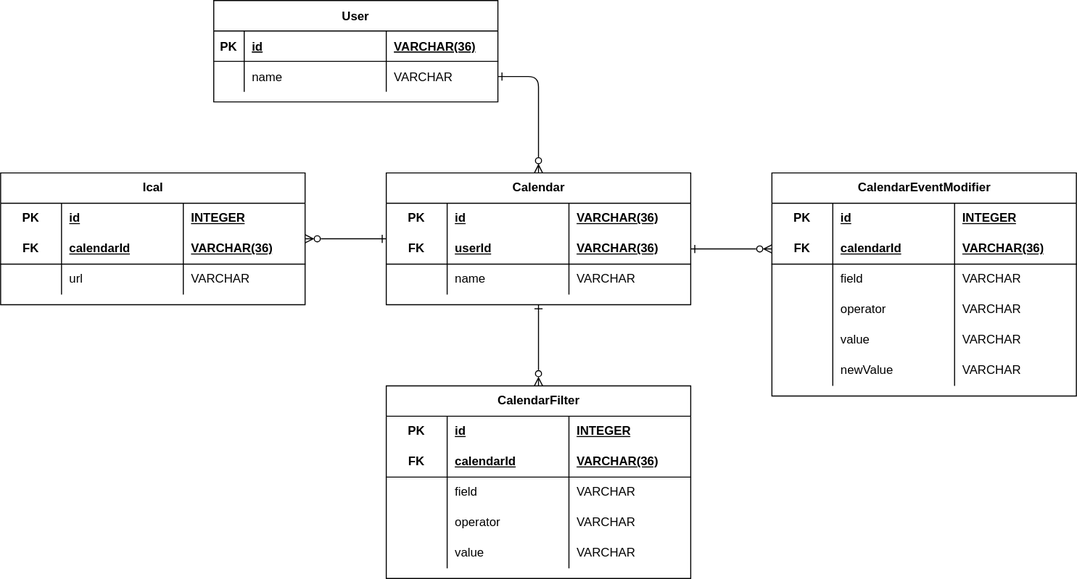
The draw.io diagram erd.drawio.svg in KaanMol/EventFlow-Server, before a commit. Source tidied: cells renumbered, new cells last; positions are measured from the earlier drawing's top-left corner, leaving out a move shared by most shapes.
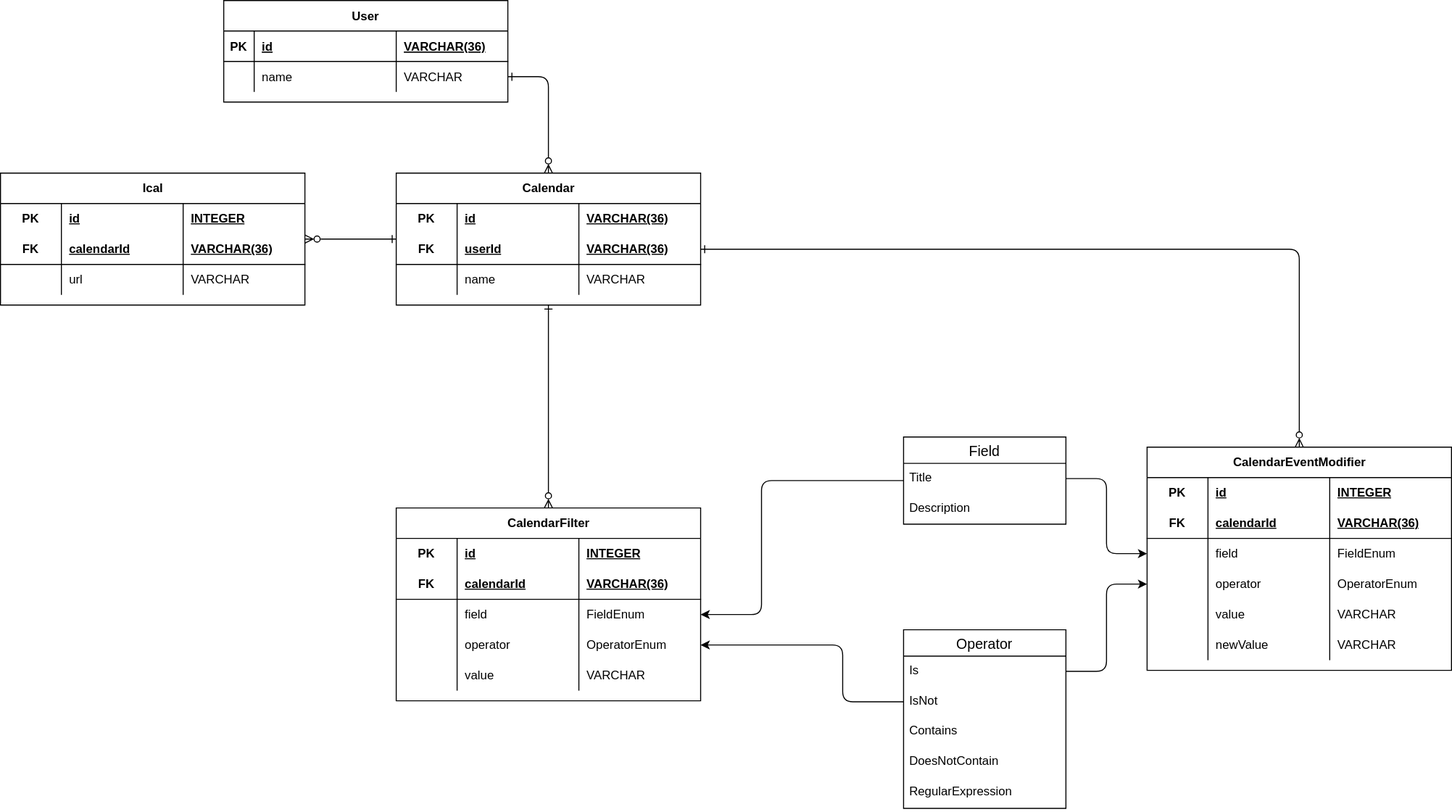
The same file after the commit.

Change to the diagram source:
```diff
@@ -5,12 +5,12 @@
     <mxCell id="2" style="edgeStyle=none;html=1;exitX=1;exitY=0.5;exitDx=0;exitDy=0;entryX=0.5;entryY=0;entryDx=0;entryDy=0;endArrow=ERzeroToMany;endFill=0;startArrow=ERone;startFill=0;" parent="1" edge="1" source="8" target="15">
       <mxGeometry relative="1" as="geometry">
         <Array as="points">
-          <mxPoint x="530" y="75" />
+          <mxPoint x="540" y="75" />
         </Array>
       </mxGeometry>
     </mxCell>
     <mxCell id="3" value="User" style="shape=table;startSize=30;rowLines=0;fontStyle=1;align=center;" parent="1" vertex="1">
-      <mxGeometry x="210" width="280" height="100" as="geometry" />
+      <mxGeometry x="220" width="280" height="100" as="geometry" />
     </mxCell>
     <mxCell id="4" style="shape=partialRectangle;fillColor=none;top=0;left=0;bottom=1;right=0;" parent="3" vertex="1">
       <mxGeometry y="30" width="280" height="30" as="geometry" />
@@ -42,11 +42,15 @@
     <mxCell id="13" style="html=1;startArrow=ERone;startFill=0;endArrow=ERzeroToMany;endFill=0;exitX=0.5;exitY=1;exitDx=0;exitDy=0;entryX=0.5;entryY=0;entryDx=0;entryDy=0;" parent="1" edge="1" source="15" target="41">
       <mxGeometry relative="1" as="geometry" />
     </mxCell>
-    <mxCell id="14" style="edgeStyle=none;html=1;startArrow=ERone;startFill=0;endArrow=ERzeroToMany;endFill=0;exitX=1;exitY=0.5;exitDx=0;exitDy=0;entryX=0;entryY=0.5;entryDx=0;entryDy=0;" parent="1" edge="1" source="20" target="67">
-      <mxGeometry relative="1" as="geometry" />
+    <mxCell id="14" style="edgeStyle=none;html=1;startArrow=ERone;startFill=0;endArrow=ERzeroToMany;endFill=0;exitX=1;exitY=0.5;exitDx=0;exitDy=0;entryX=0.5;entryY=0;entryDx=0;entryDy=0;" parent="1" edge="1" source="20" target="62">
+      <mxGeometry relative="1" as="geometry">
+        <Array as="points">
+          <mxPoint x="1280" y="245" />
+        </Array>
+      </mxGeometry>
     </mxCell>
     <mxCell id="15" value="Calendar" style="shape=table;startSize=30;rowLines=0;fontStyle=1;align=center;strokeColor=default;html=1;" parent="1" vertex="1">
-      <mxGeometry x="380" y="170" width="300" height="130" as="geometry" />
+      <mxGeometry x="390" y="170" width="300" height="130" as="geometry" />
     </mxCell>
     <mxCell id="16" style="shape=partialRectangle;fillColor=none;top=0;left=0;bottom=0;right=0;strokeColor=default;html=1;" parent="15" vertex="1">
       <mxGeometry y="30" width="300" height="30" as="geometry" />
@@ -124,7 +128,7 @@
       <mxGeometry x="180" width="120" height="30" as="geometry" />
     </mxCell>
     <mxCell id="41" value="CalendarFilter" style="shape=table;startSize=30;rowLines=0;fontStyle=1;align=center;strokeColor=default;html=1;" parent="1" vertex="1">
-      <mxGeometry x="380" y="380" width="300" height="190" as="geometry" />
+      <mxGeometry x="390" y="500" width="300" height="190" as="geometry" />
     </mxCell>
     <mxCell id="42" style="shape=partialRectangle;fillColor=none;top=0;left=0;bottom=0;right=0;strokeColor=default;html=1;" parent="41" vertex="1">
       <mxGeometry y="30" width="300" height="30" as="geometry" />
@@ -159,7 +163,7 @@
     <mxCell id="52" value="field" style="shape=partialRectangle;fillColor=none;top=0;left=0;bottom=0;right=0;align=left;spacingLeft=6;overflow=hidden;strokeColor=default;html=1;" parent="50" vertex="1">
       <mxGeometry x="60" width="120" height="30" as="geometry" />
     </mxCell>
-    <mxCell id="53" value="VARCHAR" style="shape=partialRectangle;fillColor=none;top=0;left=0;bottom=0;right=0;align=left;spacingLeft=6;overflow=hidden;strokeColor=default;html=1;" parent="50" vertex="1">
+    <mxCell id="53" value="FieldEnum" style="shape=partialRectangle;fillColor=none;top=0;left=0;bottom=0;right=0;align=left;spacingLeft=6;overflow=hidden;strokeColor=default;html=1;" parent="50" vertex="1">
       <mxGeometry x="180" width="120" height="30" as="geometry" />
     </mxCell>
     <mxCell id="54" style="shape=partialRectangle;fillColor=none;top=0;left=0;bottom=0;right=0;points=[[0,0.5],[1,0.5]];portConstraint=eastwest;strokeColor=default;html=1;" parent="41" vertex="1">
@@ -171,7 +175,7 @@
     <mxCell id="56" value="operator" style="shape=partialRectangle;fillColor=none;top=0;left=0;bottom=0;right=0;align=left;spacingLeft=6;overflow=hidden;strokeColor=default;html=1;" parent="54" vertex="1">
       <mxGeometry x="60" width="120" height="30" as="geometry" />
     </mxCell>
-    <mxCell id="57" value="VARCHAR" style="shape=partialRectangle;fillColor=none;top=0;left=0;bottom=0;right=0;align=left;spacingLeft=6;overflow=hidden;strokeColor=default;html=1;" parent="54" vertex="1">
+    <mxCell id="57" value="OperatorEnum" style="shape=partialRectangle;fillColor=none;top=0;left=0;bottom=0;right=0;align=left;spacingLeft=6;overflow=hidden;strokeColor=default;html=1;" parent="54" vertex="1">
       <mxGeometry x="180" width="120" height="30" as="geometry" />
     </mxCell>
     <mxCell id="58" style="shape=partialRectangle;fillColor=none;top=0;left=0;bottom=0;right=0;strokeColor=default;html=1;" parent="41" vertex="1">
@@ -187,7 +191,7 @@
       <mxGeometry x="180" width="120" height="30" as="geometry" />
     </mxCell>
     <mxCell id="62" value="CalendarEventModifier" style="shape=table;startSize=30;rowLines=0;fontStyle=1;align=center;strokeColor=default;html=1;" parent="1" vertex="1">
-      <mxGeometry x="760" y="170" width="300" height="220" as="geometry" />
+      <mxGeometry x="1130" y="440" width="300" height="220" as="geometry" />
     </mxCell>
     <mxCell id="63" style="shape=partialRectangle;fillColor=none;top=0;left=0;bottom=0;right=0;strokeColor=default;html=1;" parent="62" vertex="1">
       <mxGeometry y="30" width="300" height="30" as="geometry" />
@@ -222,7 +226,7 @@
     <mxCell id="73" value="field" style="shape=partialRectangle;fillColor=none;top=0;left=0;bottom=0;right=0;align=left;spacingLeft=6;overflow=hidden;strokeColor=default;html=1;" parent="71" vertex="1">
       <mxGeometry x="60" width="120" height="30" as="geometry" />
     </mxCell>
-    <mxCell id="74" value="VARCHAR" style="shape=partialRectangle;fillColor=none;top=0;left=0;bottom=0;right=0;align=left;spacingLeft=6;overflow=hidden;strokeColor=default;html=1;" parent="71" vertex="1">
+    <mxCell id="74" value="FieldEnum" style="shape=partialRectangle;fillColor=none;top=0;left=0;bottom=0;right=0;align=left;spacingLeft=6;overflow=hidden;strokeColor=default;html=1;" parent="71" vertex="1">
       <mxGeometry x="180" width="120" height="30" as="geometry" />
     </mxCell>
     <mxCell id="75" style="shape=partialRectangle;fillColor=none;top=0;left=0;bottom=0;right=0;points=[[0,0.5],[1,0.5]];portConstraint=eastwest;strokeColor=default;html=1;" parent="62" vertex="1">
@@ -234,7 +238,7 @@
     <mxCell id="77" value="operator" style="shape=partialRectangle;fillColor=none;top=0;left=0;bottom=0;right=0;align=left;spacingLeft=6;overflow=hidden;strokeColor=default;html=1;" parent="75" vertex="1">
       <mxGeometry x="60" width="120" height="30" as="geometry" />
     </mxCell>
-    <mxCell id="78" value="VARCHAR" style="shape=partialRectangle;fillColor=none;top=0;left=0;bottom=0;right=0;align=left;spacingLeft=6;overflow=hidden;strokeColor=default;html=1;" parent="75" vertex="1">
+    <mxCell id="78" value="OperatorEnum" style="shape=partialRectangle;fillColor=none;top=0;left=0;bottom=0;right=0;align=left;spacingLeft=6;overflow=hidden;strokeColor=default;html=1;" parent="75" vertex="1">
       <mxGeometry x="180" width="120" height="30" as="geometry" />
     </mxCell>
     <mxCell id="79" style="shape=partialRectangle;fillColor=none;top=0;left=0;bottom=0;right=0;strokeColor=default;html=1;" parent="62" vertex="1">
@@ -261,5 +265,64 @@
     <mxCell id="86" value="VARCHAR" style="shape=partialRectangle;fillColor=none;top=0;left=0;bottom=0;right=0;align=left;spacingLeft=6;overflow=hidden;strokeColor=default;html=1;" parent="83" vertex="1">
       <mxGeometry x="180" width="120" height="30" as="geometry" />
     </mxCell>
+    <mxCell id="87" value="Operator" style="swimlane;fontStyle=0;horizontal=1;startSize=26;align=center;fontSize=14;" parent="1" vertex="1">
+      <mxGeometry x="890" y="620" width="160" height="176" as="geometry" />
+    </mxCell>
+    <mxCell id="88" value="Is" style="text;strokeColor=none;fillColor=none;spacingLeft=4;spacingRight=4;overflow=hidden;points=[[0,0.5],[1,0.5]];portConstraint=eastwest;fontSize=12;" parent="87" vertex="1">
+      <mxGeometry y="26" width="160" height="30" as="geometry" />
+    </mxCell>
+    <mxCell id="89" value="IsNot" style="text;strokeColor=none;fillColor=none;spacingLeft=4;spacingRight=4;overflow=hidden;points=[[0,0.5],[1,0.5]];portConstraint=eastwest;fontSize=12;" parent="87" vertex="1">
+      <mxGeometry y="56" width="160" height="30" as="geometry" />
+    </mxCell>
+    <mxCell id="90" value="Contains" style="text;strokeColor=none;fillColor=none;spacingLeft=4;spacingRight=4;overflow=hidden;fontSize=12;" parent="87" vertex="1">
+      <mxGeometry y="86" width="160" height="30" as="geometry" />
+    </mxCell>
+    <mxCell id="91" value="DoesNotContain" style="text;strokeColor=none;fillColor=none;spacingLeft=4;spacingRight=4;overflow=hidden;fontSize=12;" parent="87" vertex="1">
+      <mxGeometry y="116" width="160" height="30" as="geometry" />
+    </mxCell>
+    <mxCell id="92" value="RegularExpression" style="text;strokeColor=none;fillColor=none;spacingLeft=4;spacingRight=4;overflow=hidden;fontSize=12;" parent="87" vertex="1">
+      <mxGeometry y="146" width="160" height="30" as="geometry" />
+    </mxCell>
+    <mxCell id="93" value="Field" style="swimlane;fontStyle=0;horizontal=1;startSize=26;align=center;fontSize=14;" parent="1" vertex="1">
+      <mxGeometry x="890" y="430" width="160" height="86" as="geometry" />
+    </mxCell>
+    <mxCell id="94" value="Title" style="text;strokeColor=none;fillColor=none;spacingLeft=4;spacingRight=4;overflow=hidden;points=[[0,0.5],[1,0.5]];portConstraint=eastwest;fontSize=12;" parent="93" vertex="1">
+      <mxGeometry y="26" width="160" height="30" as="geometry" />
+    </mxCell>
+    <mxCell id="95" value="Description" style="text;strokeColor=none;fillColor=none;spacingLeft=4;spacingRight=4;overflow=hidden;fontSize=12;" parent="93" vertex="1">
+      <mxGeometry y="56" width="160" height="30" as="geometry" />
+    </mxCell>
+    <mxCell id="96" style="edgeStyle=none;html=1;exitX=1;exitY=0.5;exitDx=0;exitDy=0;entryX=0;entryY=0.5;entryDx=0;entryDy=0;endArrow=none;endFill=0;startArrow=classic;startFill=1;" parent="1" edge="1" source="50" target="93">
+      <mxGeometry relative="1" as="geometry">
+        <Array as="points">
+          <mxPoint x="750" y="605" />
+          <mxPoint x="750" y="473" />
+        </Array>
+      </mxGeometry>
+    </mxCell>
+    <mxCell id="97" style="edgeStyle=none;html=1;exitX=1;exitY=0.5;exitDx=0;exitDy=0;entryX=0;entryY=0.5;entryDx=0;entryDy=0;endArrow=none;endFill=0;startArrow=classic;startFill=1;" parent="1" edge="1" source="54" target="89">
+      <mxGeometry relative="1" as="geometry">
+        <Array as="points">
+          <mxPoint x="830" y="635" />
+          <mxPoint x="830" y="691" />
+        </Array>
+      </mxGeometry>
+    </mxCell>
+    <mxCell id="98" style="edgeStyle=none;html=1;exitX=1;exitY=0.5;exitDx=0;exitDy=0;entryX=0;entryY=0.5;entryDx=0;entryDy=0;startArrow=none;startFill=0;endArrow=classic;endFill=1;" parent="1" edge="1" source="94" target="71">
+      <mxGeometry relative="1" as="geometry">
+        <Array as="points">
+          <mxPoint x="1090" y="471" />
+          <mxPoint x="1090" y="545" />
+        </Array>
+      </mxGeometry>
+    </mxCell>
+    <mxCell id="99" style="edgeStyle=none;html=1;exitX=1;exitY=0.5;exitDx=0;exitDy=0;entryX=0;entryY=0.5;entryDx=0;entryDy=0;startArrow=none;startFill=0;endArrow=classic;endFill=1;" parent="1" edge="1" source="88" target="75">
+      <mxGeometry relative="1" as="geometry">
+        <Array as="points">
+          <mxPoint x="1090" y="661" />
+          <mxPoint x="1090" y="575" />
+        </Array>
+      </mxGeometry>
+    </mxCell>
   </root>
 </mxGraphModel>
```
